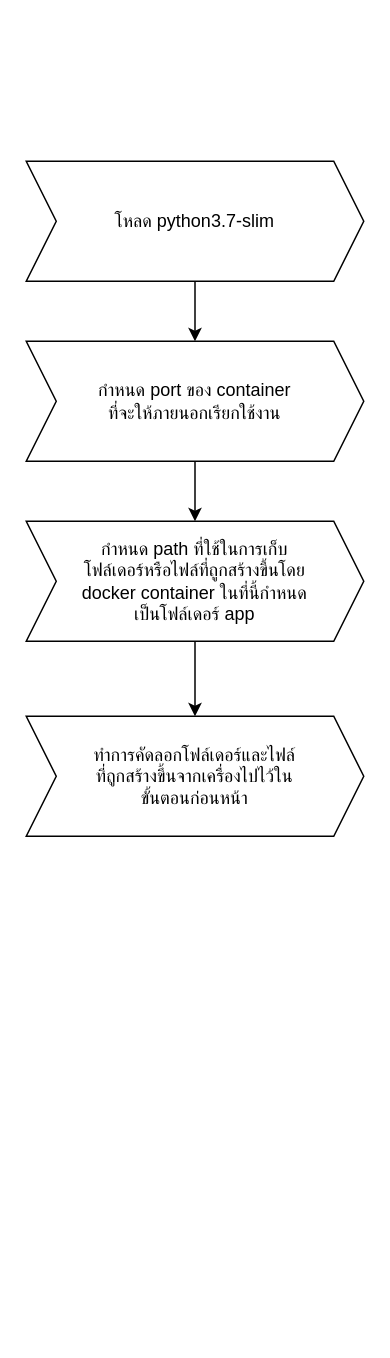
KENGKKUN/test_python keeps this draw.io diagram as docker_build.drawio. Above is the earlier version. Source tidied: cells renumbered, new cells numbered last; positions are measured from the earlier drawing's top-left corner, leaving out a move shared by most shapes. Both pictures are drawn from the tidied source at 150%, with x=0, y=0 at pixel (26, 160).
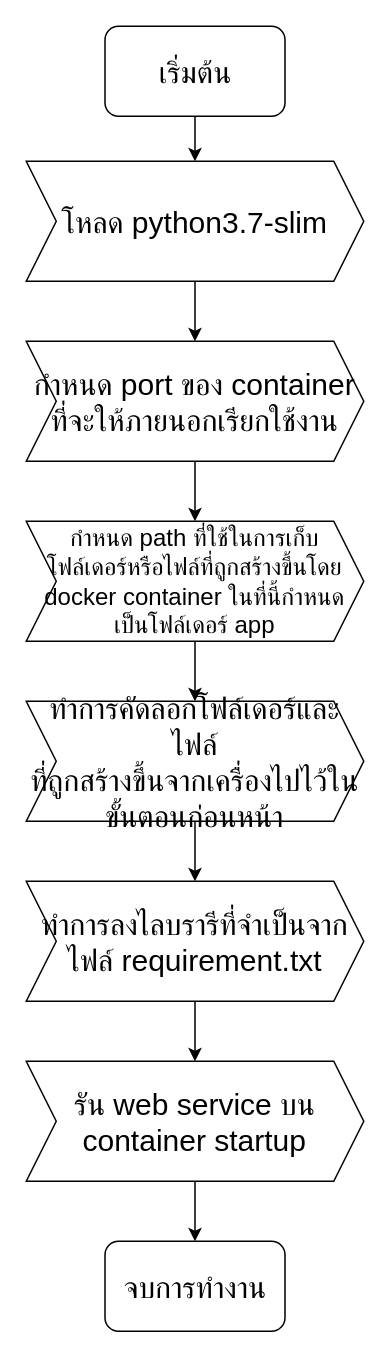
After the change.

Diff of the diagram source:
```diff
@@
 <mxGraphModel>
   <root>
     <mxCell id="0" />
     <mxCell id="1" parent="0" />
     <mxCell id="2" style="edgeStyle=orthogonalEdgeStyle;rounded=0;jettySize=auto;html=1;entryX=0.5;entryY=0;entryDx=0;entryDy=0;" parent="1" edge="1" source="3" target="5">
       <mxGeometry relative="1" as="geometry" />
     </mxCell>
-    <mxCell id="3" value="โหลด python3.7-slim" style="shape=step;perimeter=stepPerimeter;whiteSpace=wrap;html=1;fixedSize=1;" parent="1" vertex="1">
+    <mxCell id="3" value="&lt;font style=&quot;font-size: 20px&quot; face=&quot;TH Sarabun New&quot;&gt;โหลด python3.7-slim&lt;/font&gt;" style="shape=step;perimeter=stepPerimeter;whiteSpace=wrap;html=1;fixedSize=1;" parent="1" vertex="1">
       <mxGeometry width="225" height="80" as="geometry" />
     </mxCell>
     <mxCell id="4" style="edgeStyle=orthogonalEdgeStyle;rounded=0;jettySize=auto;html=1;entryX=0.5;entryY=0;entryDx=0;entryDy=0;" parent="1" edge="1" source="5" target="7">
       <mxGeometry relative="1" as="geometry" />
     </mxCell>
-    <mxCell id="5" value="กำหนด port ของ container&lt;br&gt;ที่จะให้ภายนอกเรียกใช้งาน" style="shape=step;perimeter=stepPerimeter;whiteSpace=wrap;html=1;fixedSize=1;" parent="1" vertex="1">
+    <mxCell id="5" value="&lt;font face=&quot;TH Sarabun New&quot; style=&quot;font-size: 20px&quot;&gt;กำหนด port ของ container&lt;br&gt;ที่จะให้ภายนอกเรียกใช้งาน&lt;/font&gt;" style="shape=step;perimeter=stepPerimeter;whiteSpace=wrap;html=1;fixedSize=1;" parent="1" vertex="1">
       <mxGeometry y="120" width="225" height="80" as="geometry" />
     </mxCell>
     <mxCell id="6" style="edgeStyle=orthogonalEdgeStyle;rounded=0;jettySize=auto;html=1;exitX=0.5;exitY=1;exitDx=0;exitDy=0;entryX=0.5;entryY=0;entryDx=0;entryDy=0;" parent="1" edge="1" source="7" target="8">
       <mxGeometry relative="1" as="geometry" />
     </mxCell>
-    <mxCell id="7" value="กำหนด path ที่ใช้ในการเก็บ&lt;br&gt;โฟล์เดอร์หรือไฟล์ที่ถูกสร้างขึ้นโดย &lt;br&gt;docker container ในที่นี้กำหนด&lt;br&gt;เป็นโฟล์เดอร์ app" style="shape=step;perimeter=stepPerimeter;whiteSpace=wrap;html=1;fixedSize=1;" parent="1" vertex="1">
+    <mxCell id="7" value="&lt;font face=&quot;TH Sarabun New&quot; style=&quot;font-size: 16px&quot;&gt;กำหนด path ที่ใช้ในการเก็บ&lt;br&gt;โฟล์เดอร์หรือไฟล์ที่ถูกสร้างขึ้นโดย docker container ในที่นี้กำหนดเป็นโฟล์เดอร์ app&lt;/font&gt;" style="shape=step;perimeter=stepPerimeter;whiteSpace=wrap;html=1;fixedSize=1;" parent="1" vertex="1">
       <mxGeometry y="240" width="225" height="80" as="geometry" />
     </mxCell>
+    <mxCell id="9" style="edgeStyle=orthogonalEdgeStyle;rounded=0;jettySize=auto;html=1;exitX=0.5;exitY=1;exitDx=0;exitDy=0;entryX=0.5;entryY=0;entryDx=0;entryDy=0;" parent="1" edge="1" source="8" target="11">
+      <mxGeometry relative="1" as="geometry" />
+    </mxCell>
-    <mxCell id="8" value="ทำการคัดลอกโฟล์เดอร์และไฟล์&lt;br&gt;ที่ถูกสร้างขึ้นจากเครื่องไปไว้ใน&lt;br&gt;ขั้นตอนก่อนหน้า" style="shape=step;perimeter=stepPerimeter;whiteSpace=wrap;html=1;fixedSize=1;" parent="1" vertex="1">
-      <mxGeometry y="370" width="225" height="80" as="geometry" />
+    <mxCell id="8" value="&lt;font face=&quot;TH Sarabun New&quot; style=&quot;font-size: 20px&quot;&gt;ทำการคัดลอกโฟล์เดอร์และไฟล์&lt;br&gt;ที่ถูกสร้างขึ้นจากเครื่องไปไว้ใน&lt;br&gt;ขั้นตอนก่อนหน้า&lt;/font&gt;" style="shape=step;perimeter=stepPerimeter;whiteSpace=wrap;html=1;fixedSize=1;" parent="1" vertex="1">
+      <mxGeometry y="360" width="225" height="80" as="geometry" />
     </mxCell>
+    <mxCell id="10" style="edgeStyle=orthogonalEdgeStyle;rounded=0;jettySize=auto;html=1;entryX=0.5;entryY=0;entryDx=0;entryDy=0;" parent="1" edge="1" source="11" target="13">
+      <mxGeometry relative="1" as="geometry" />
+    </mxCell>
+    <mxCell id="11" value="&lt;font style=&quot;font-size: 20px&quot; face=&quot;TH Sarabun New&quot;&gt;ทำการลงไลบรารีที่จำเป็นจากไฟล์ requirement.txt&lt;/font&gt;" style="shape=step;perimeter=stepPerimeter;whiteSpace=wrap;html=1;fixedSize=1;" parent="1" vertex="1">
+      <mxGeometry y="480" width="225" height="80" as="geometry" />
+    </mxCell>
+    <mxCell id="12" style="edgeStyle=orthogonalEdgeStyle;rounded=0;jettySize=auto;html=1;exitX=0.5;exitY=1;exitDx=0;exitDy=0;entryX=0.5;entryY=0;entryDx=0;entryDy=0;" parent="1" edge="1" source="13" target="16">
+      <mxGeometry relative="1" as="geometry" />
+    </mxCell>
+    <mxCell id="13" value="&lt;font face=&quot;TH Sarabun New&quot; style=&quot;font-size: 20px&quot;&gt;รัน web service บน &lt;br&gt;container startup&lt;/font&gt;" style="shape=step;perimeter=stepPerimeter;whiteSpace=wrap;html=1;fixedSize=1;" parent="1" vertex="1">
+      <mxGeometry y="600" width="225" height="80" as="geometry" />
+    </mxCell>
+    <mxCell id="14" style="edgeStyle=orthogonalEdgeStyle;rounded=0;jettySize=auto;html=1;entryX=0.5;entryY=0;entryDx=0;entryDy=0;" parent="1" edge="1" source="15" target="3">
+      <mxGeometry relative="1" as="geometry" />
+    </mxCell>
+    <mxCell id="15" value="&lt;font face=&quot;TH Sarabun New&quot; style=&quot;font-size: 20px&quot;&gt;เริ่มต้น&lt;/font&gt;" style="rounded=1;whiteSpace=wrap;html=1;" parent="1" vertex="1">
+      <mxGeometry x="52.5" y="-90" width="120" height="60" as="geometry" />
+    </mxCell>
+    <mxCell id="16" value="&lt;font style=&quot;font-size: 20px&quot; face=&quot;TH Sarabun New&quot;&gt;จบการทำงาน&lt;/font&gt;" style="rounded=1;whiteSpace=wrap;html=1;" parent="1" vertex="1">
+      <mxGeometry x="52.5" y="720" width="120" height="60" as="geometry" />
+    </mxCell>
   </root>
 </mxGraphModel>
```
